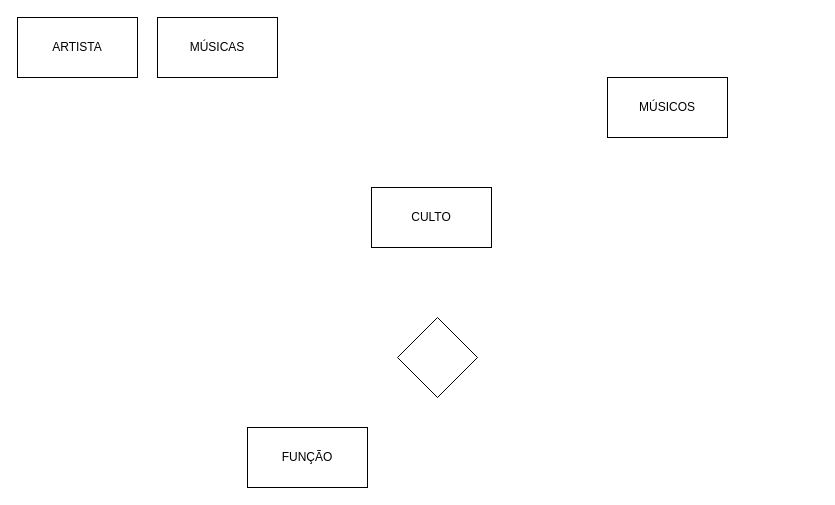
Before: modelo_entidade_relacionamento.drawio in gabriel-txt/EscalaCanto, a draw.io diagram. Source tidied: cells renumbered, new cells numbered last; positions are measured from the earlier drawing's top-left corner, leaving out a move shared by most shapes. Both pictures are drawn from the tidied source at 100%, with x=0, y=0 at pixel (17, 17).
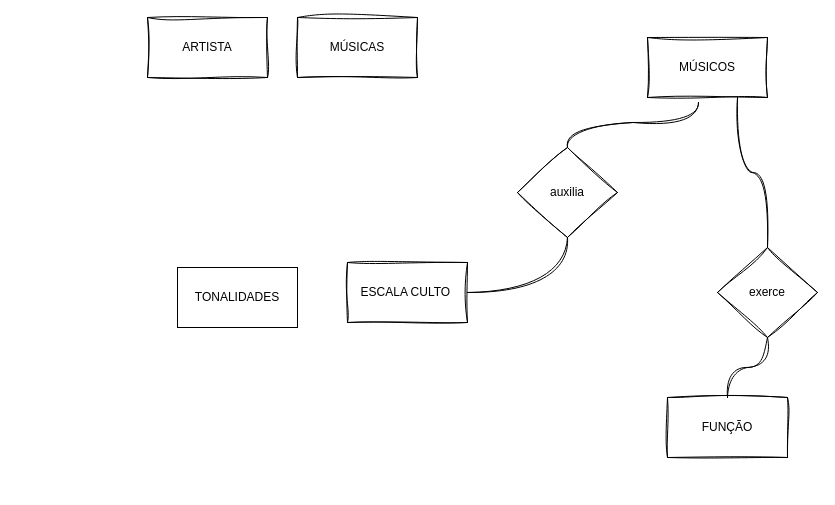
The same page after the edit.

Diff of the diagram source:
```diff
@@
 <mxGraphModel>
   <root>
     <mxCell id="0" />
     <mxCell id="1" parent="0" />
-    <mxCell id="2" value="MÚSICAS" style="rounded=0;whiteSpace=wrap;html=1;" parent="1" vertex="1">
-      <mxGeometry x="140" width="120" height="60" as="geometry" />
+    <mxCell id="2" value="MÚSICAS" style="rounded=0;whiteSpace=wrap;html=1;sketch=1;curveFitting=1;jiggle=2;" parent="1" vertex="1">
+      <mxGeometry x="280" width="120" height="60" as="geometry" />
     </mxCell>
-    <mxCell id="3" value="MÚSICOS" style="rounded=0;whiteSpace=wrap;html=1;" parent="1" vertex="1">
-      <mxGeometry x="590" y="60" width="120" height="60" as="geometry" />
+    <mxCell id="3" value="MÚSICOS" style="rounded=0;whiteSpace=wrap;html=1;sketch=1;curveFitting=1;jiggle=2;" parent="1" vertex="1">
+      <mxGeometry x="630" y="20" width="120" height="60" as="geometry" />
     </mxCell>
-    <mxCell id="4" style="rhombus;whiteSpace=wrap;html=1;" parent="1" vertex="1">
-      <mxGeometry x="380" y="300" width="80" height="80" as="geometry" />
+    <mxCell id="4" value="auxilia" style="rhombus;whiteSpace=wrap;html=1;sketch=1;curveFitting=1;jiggle=2;" parent="1" vertex="1">
+      <mxGeometry x="500" y="130" width="100" height="90" as="geometry" />
     </mxCell>
-    <mxCell id="5" value="CULTO" style="rounded=0;whiteSpace=wrap;html=1;" parent="1" vertex="1">
-      <mxGeometry x="354" y="170" width="120" height="60" as="geometry" />
+    <mxCell id="5" value="ESCALA CULTO&amp;nbsp;" style="rounded=0;whiteSpace=wrap;html=1;sketch=1;curveFitting=1;jiggle=2;" parent="1" vertex="1">
+      <mxGeometry x="330" y="245" width="120" height="60" as="geometry" />
     </mxCell>
-    <mxCell id="6" value="ARTISTA" style="rounded=0;whiteSpace=wrap;html=1;" parent="1" vertex="1">
-      <mxGeometry width="120" height="60" as="geometry" />
+    <mxCell id="6" value="ARTISTA" style="rounded=0;whiteSpace=wrap;html=1;sketch=1;curveFitting=1;jiggle=2;" parent="1" vertex="1">
+      <mxGeometry x="130" width="120" height="60" as="geometry" />
     </mxCell>
-    <mxCell id="7" value="FUNÇÃO" style="rounded=0;whiteSpace=wrap;html=1;" parent="1" vertex="1">
-      <mxGeometry x="230" y="410" width="120" height="60" as="geometry" />
+    <mxCell id="7" value="FUNÇÃO" style="rounded=0;whiteSpace=wrap;html=1;sketch=1;curveFitting=1;jiggle=2;" parent="1" vertex="1">
+      <mxGeometry x="650" y="380" width="120" height="60" as="geometry" />
     </mxCell>
+    <mxCell id="8" style="endArrow=none;html=1;rounded=0;exitX=1;exitY=0.5;exitDx=0;exitDy=0;sketch=1;curveFitting=1;jiggle=2;entryX=0.5;entryY=1;entryDx=0;entryDy=0;edgeStyle=orthogonalEdgeStyle;curved=1;" parent="1" edge="1" source="5" target="4">
+      <mxGeometry relative="1" as="geometry" />
+    </mxCell>
+    <mxCell id="9" style="edgeStyle=orthogonalEdgeStyle;rounded=0;jettySize=auto;html=1;exitX=0.5;exitY=0;exitDx=0;exitDy=0;entryX=0.425;entryY=1.083;entryDx=0;entryDy=0;entryPerimeter=0;sketch=1;curveFitting=1;jiggle=2;curved=1;endArrow=none;startFill=0;" parent="1" edge="1" source="4" target="3">
+      <mxGeometry relative="1" as="geometry" />
+    </mxCell>
+    <mxCell id="10" value="TONALIDADES" style="rounded=0;whiteSpace=wrap;html=1;" parent="1" vertex="1">
+      <mxGeometry x="160" y="250" width="120" height="60" as="geometry" />
+    </mxCell>
+    <mxCell id="11" style="edgeStyle=orthogonalEdgeStyle;rounded=0;jettySize=auto;html=1;exitX=0.5;exitY=1;exitDx=0;exitDy=0;entryX=0.5;entryY=0;entryDx=0;entryDy=0;sketch=1;curveFitting=1;jiggle=2;curved=1;endArrow=none;startFill=0;" parent="1" edge="1" source="12" target="7">
+      <mxGeometry relative="1" as="geometry" />
+    </mxCell>
+    <mxCell id="12" value="exerce" style="rhombus;whiteSpace=wrap;html=1;sketch=1;curveFitting=1;jiggle=2;" parent="1" vertex="1">
+      <mxGeometry x="700" y="230" width="100" height="90" as="geometry" />
+    </mxCell>
+    <mxCell id="13" style="edgeStyle=orthogonalEdgeStyle;rounded=0;jettySize=auto;html=1;exitX=0.75;exitY=1;exitDx=0;exitDy=0;sketch=1;curveFitting=1;jiggle=2;curved=1;endArrow=none;startFill=0;" parent="1" edge="1" source="3" target="12">
+      <mxGeometry relative="1" as="geometry" />
+    </mxCell>
   </root>
 </mxGraphModel>
```
